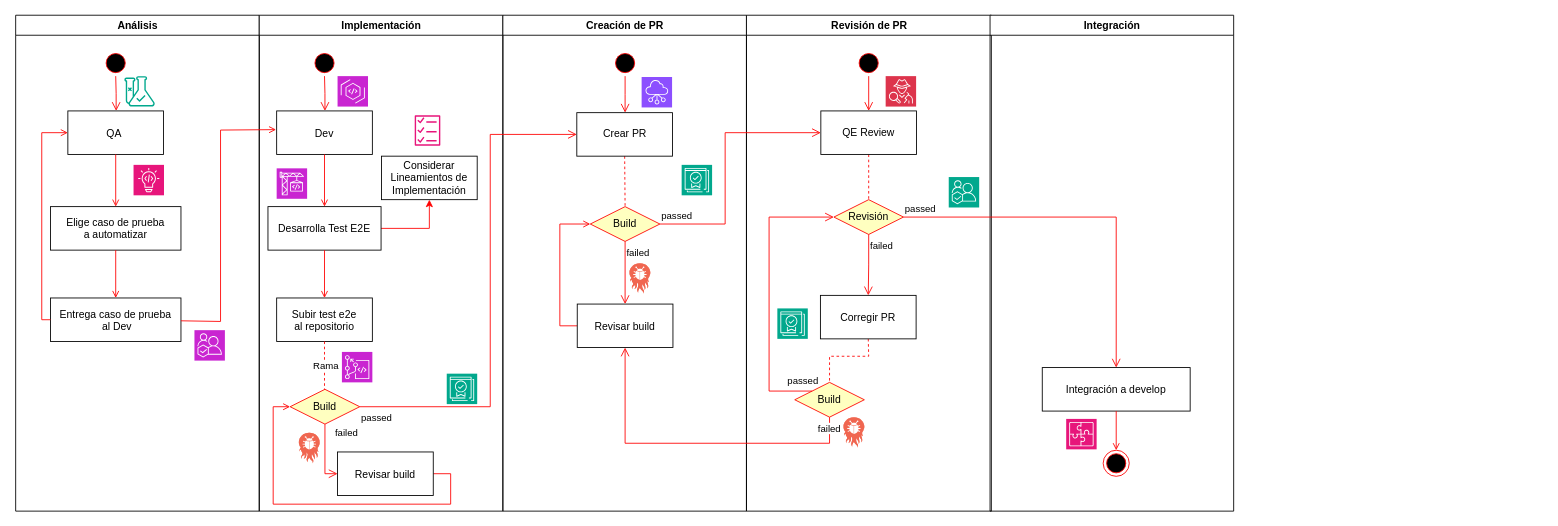
omar-sanchez/curso-git keeps this draw.io diagram as Diagrama sin título.drawio. Above is the earlier version. Source tidied: cells renumbered, new cells numbered last; positions are measured from the earlier drawing's top-left corner, leaving out a move shared by most shapes. Both pictures are drawn from the tidied source at 87%, with x=0, y=0 at pixel (15, 15).
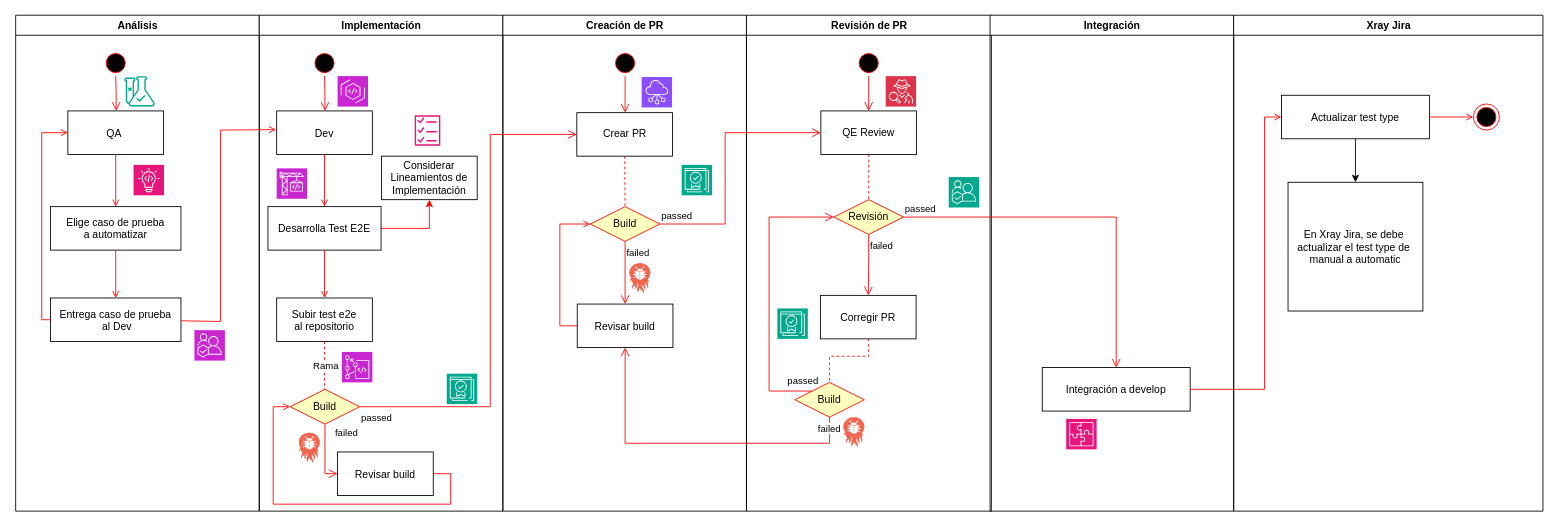
Above is the later version.

Unchanged cells that the change refers to:
```xml
<mxCell id="64" value="Integración" style="swimlane;whiteSpace=wrap;" parent="1" vertex="1">
  <mxGeometry x="1120.5" width="280" height="570" as="geometry" />
</mxCell>
<mxCell id="65" value="Integración a develop" parent="64" vertex="1">
  <mxGeometry x="60" y="405" width="170" height="50" as="geometry" />
</mxCell>
```

Change to the diagram source:
```diff
@@
-    <mxCell id="66" style="ellipse;shape=endState;fillColor=#000000;strokeColor=#ff0000;" parent="64" vertex="1">
-      <mxGeometry x="130" y="500" width="30" height="30" as="geometry" />
-    </mxCell>
-    <mxCell id="67" style="endArrow=open;strokeColor=#FF0000;endFill=1;rounded=0;" parent="64" edge="1" source="65" target="66">
-      <mxGeometry relative="1" as="geometry" />
-    </mxCell>
@@
+    <mxCell id="73" value="Xray Jira" style="swimlane;whiteSpace=wrap;" parent="1" vertex="1">
+      <mxGeometry x="1400.5" width="355.5" height="570" as="geometry" />
+    </mxCell>
+    <mxCell id="74" style="edgeStyle=orthogonalEdgeStyle;rounded=0;jettySize=auto;html=1;" parent="73" edge="1" source="75" target="78">
+      <mxGeometry relative="1" as="geometry" />
+    </mxCell>
+    <mxCell id="75" value="Actualizar test type" parent="73" vertex="1">
+      <mxGeometry x="55" y="92" width="170" height="50" as="geometry" />
+    </mxCell>
+    <mxCell id="76" style="ellipse;shape=endState;fillColor=#000000;strokeColor=#ff0000;" parent="73" vertex="1">
+      <mxGeometry x="275.5" y="102" width="30" height="30" as="geometry" />
+    </mxCell>
+    <mxCell id="77" style="endArrow=open;strokeColor=#FF0000;endFill=1;rounded=0;" parent="73" edge="1" source="75" target="76">
+      <mxGeometry relative="1" as="geometry" />
+    </mxCell>
+    <mxCell id="78" value="En Xray Jira, se debe &#10;actualizar el test type de &#10;manual a automatic" parent="73" vertex="1">
+      <mxGeometry x="62.5" y="192" width="155" height="148" as="geometry" />
+    </mxCell>
+    <mxCell id="67" style="endArrow=open;strokeColor=#FF0000;endFill=1;rounded=0;entryX=0;entryY=0.5;entryDx=0;entryDy=0;" parent="1" edge="1" source="65" target="75">
+      <mxGeometry relative="1" as="geometry">
+        <Array as="points">
+          <mxPoint x="1436" y="430" />
+          <mxPoint x="1436" y="272" />
+          <mxPoint x="1436" y="117" />
+        </Array>
+      </mxGeometry>
+    </mxCell>
```
